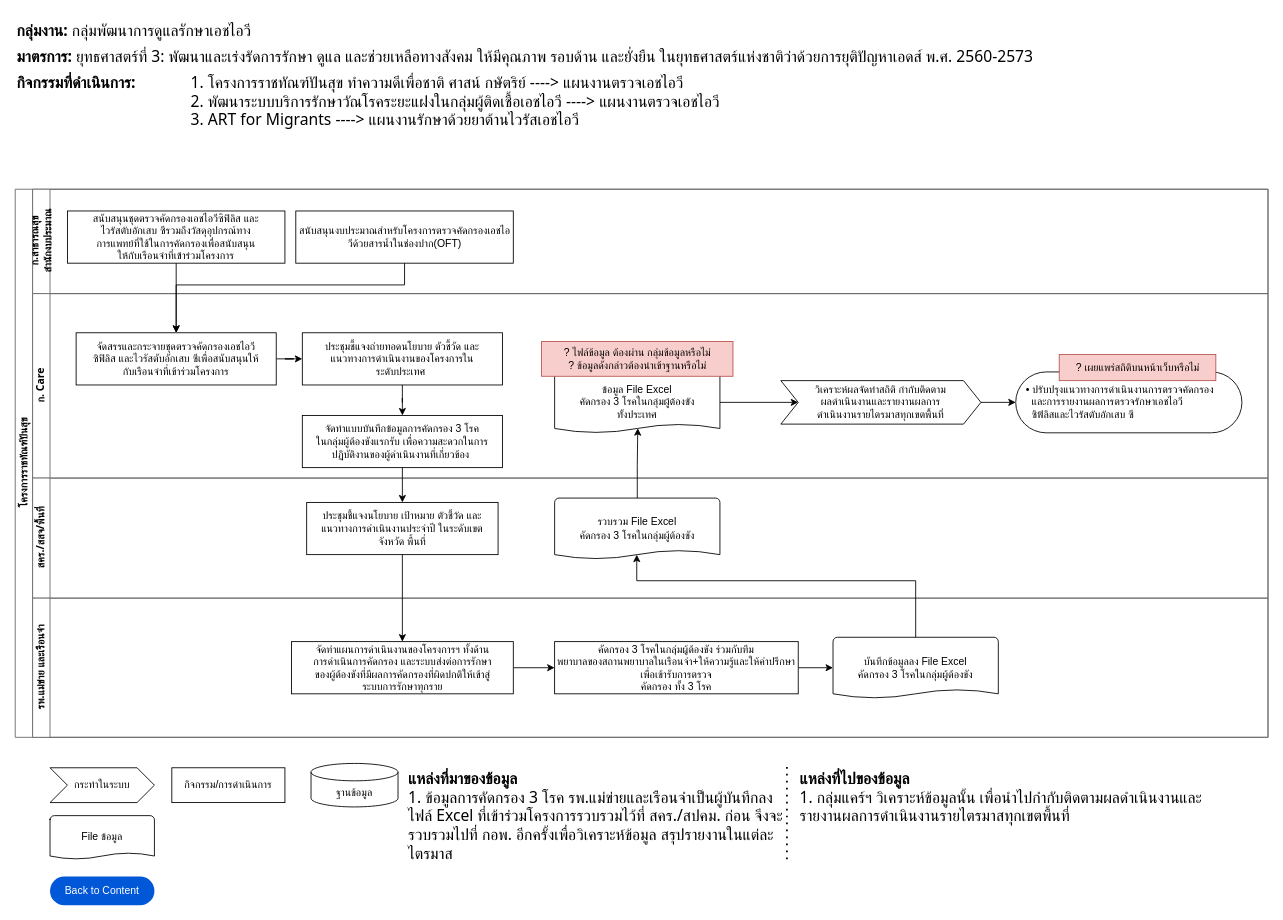
The draw.io diagram page "ราชทัณฑ์ปันสุข" (9 of 25) of HIVs Work-Data Diagram.drawio in anun311/regist, before the edit. Source tidied: cells renumbered, new cells numbered last; positions are measured from the earlier drawing's top-left corner, leaving out a move shared by most shapes. Both pictures are drawn from the tidied source at 87%, with x=0, y=0 at pixel (15, 15).
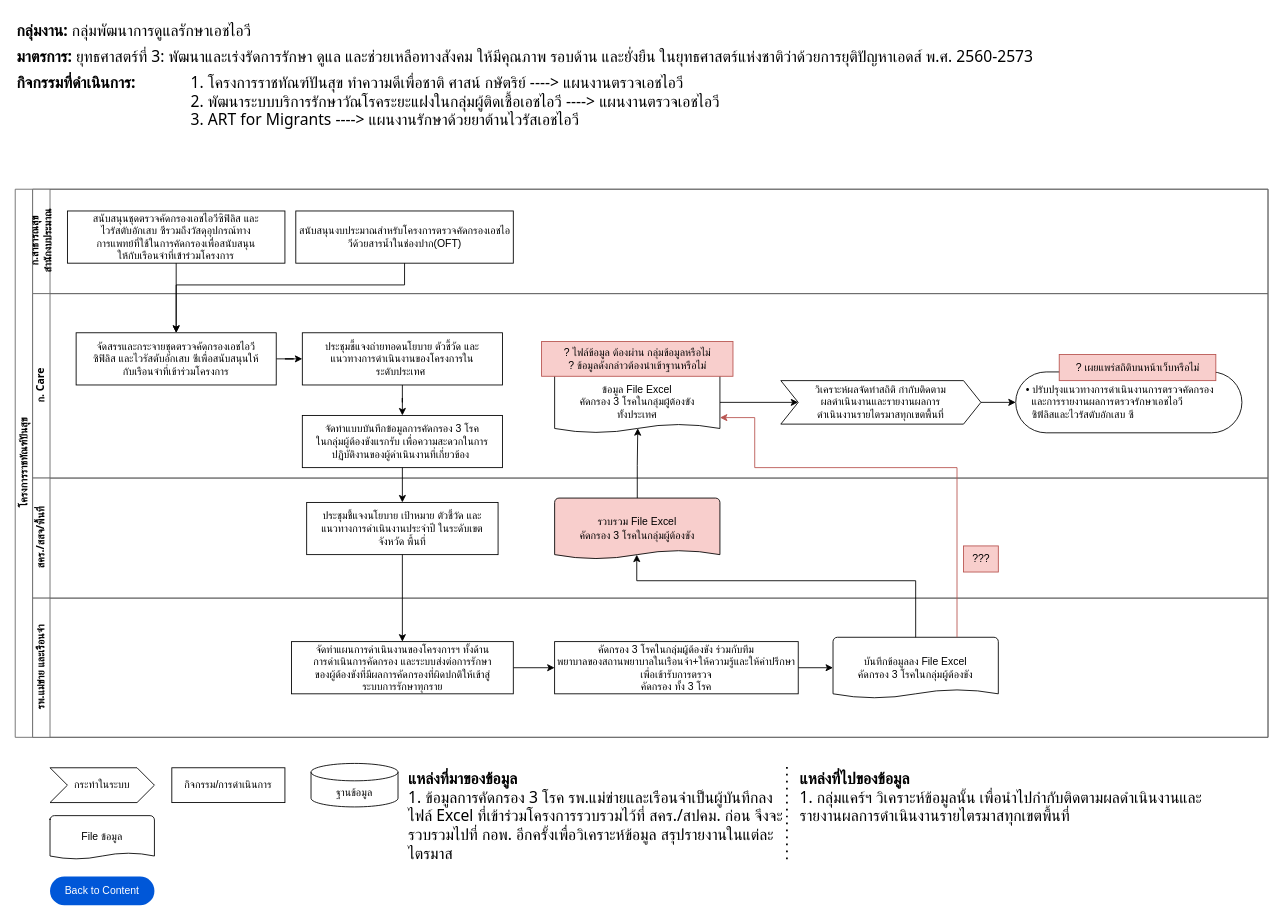
Above is the later version.

The change refers to these unchanged cells:
```xml
<mxCell id="2" value="โครงการราชทัณฑ์ปันสุข" style="swimlane;html=1;horizontal=0;startSize=20;fontFamily=Tahoma;strokeColor=#666666;" parent="1" vertex="1">
  <mxGeometry y="200" width="1440" height="630" as="geometry" />
</mxCell>
<mxCell id="14" value="ข้อมูล File Excel&lt;br&gt;คัดกรอง 3 โรคในกลุ่มผู้ต้องขัง&lt;br&gt;ทั้งประเทศ" style="strokeWidth=1;html=1;shape=mxgraph.flowchart.document2;whiteSpace=wrap;size=0.14285714285714285;" parent="6" vertex="1">
  <mxGeometry x="600" y="90" width="190" height="70" as="geometry" />
</mxCell>
<mxCell id="19" value="สคร./สสจ/พื้นที่" style="swimlane;html=1;startSize=20;horizontal=0;fontFamily=Tahoma;strokeColor=#666666;" parent="2" vertex="1">
  <mxGeometry x="20" y="332" width="1420" height="138" as="geometry" />
</mxCell>
<mxCell id="27" value="บันทึกข้อมูลลง File Excel&lt;br&gt;คัดกรอง 3 โรคในกลุ่มผู้ต้องขัง" style="strokeWidth=1;html=1;shape=mxgraph.flowchart.document2;whiteSpace=wrap;size=0.14285714285714285;" parent="22" vertex="1">
  <mxGeometry x="920" y="45" width="190" height="70" as="geometry" />
</mxCell>
```

Change to the diagram source:
```diff
@@
-    <mxCell id="21" value="รวบรวม File Excel&lt;br&gt;คัดกรอง 3 โรคในกลุ่มผู้ต้องขัง" style="strokeWidth=1;html=1;shape=mxgraph.flowchart.document2;whiteSpace=wrap;size=0.14285714285714285;" parent="19" vertex="1">
+    <mxCell id="21" value="รวบรวม File Excel&lt;br&gt;คัดกรอง 3 โรคในกลุ่มผู้ต้องขัง" style="strokeWidth=1;html=1;shape=mxgraph.flowchart.document2;whiteSpace=wrap;size=0.14285714285714285;fillColor=#F8CECC;" parent="19" vertex="1">
       <mxGeometry x="600" y="23" width="190" height="70" as="geometry" />
     </mxCell>
+    <mxCell id="46" value="???" style="text;html=1;align=center;verticalAlign=middle;strokeColor=#b85450;fillColor=#f8cecc;" parent="19" vertex="1">
+      <mxGeometry x="1070" y="78" width="40" height="30" as="geometry" />
+    </mxCell>
@@
+    <mxCell id="47" style="edgeStyle=orthogonalEdgeStyle;rounded=0;jettySize=auto;html=1;exitX=0.75;exitY=0;exitDx=0;exitDy=0;exitPerimeter=0;entryX=1;entryY=0.75;entryDx=0;entryDy=0;entryPerimeter=0;fillColor=#f8cecc;strokeColor=#B85450;" parent="2" edge="1" source="27" target="14">
+      <mxGeometry relative="1" as="geometry">
+        <Array as="points">
+          <mxPoint x="1083" y="320" />
+          <mxPoint x="850" y="320" />
+          <mxPoint x="850" y="263" />
+        </Array>
+      </mxGeometry>
+    </mxCell>
```
